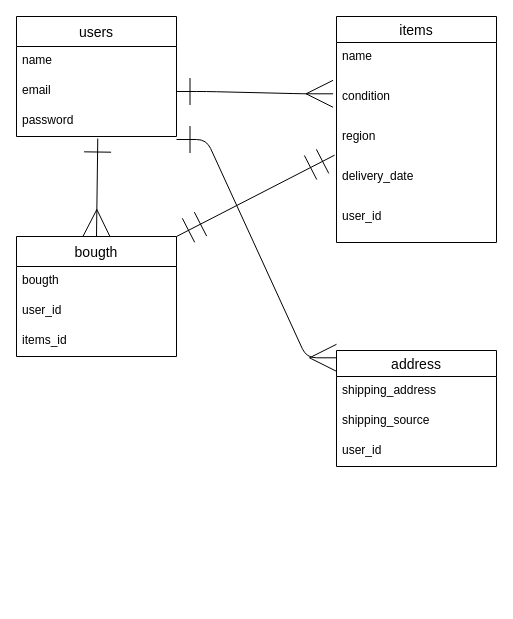
This is db.dio from ts-0105/furima-40122, a draw.io file, before an edit. Source tidied: cells renumbered, new cells numbered last; positions are measured from the earlier drawing's top-left corner, leaving out a move shared by most shapes. Both pictures are drawn from the tidied source at 100%, with x=0, y=0 at pixel (16, 16).
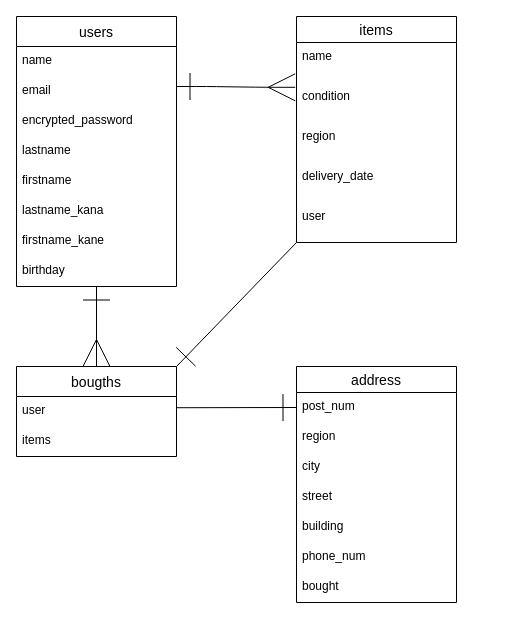
The same page after the edit.

Commit message (it also covers changes not shown here):
各テーブルカラム追加、アソシエーションの見直し

Unchanged cells that the change refers to:
```xml
<mxCell id="4" value="email" style="text;strokeColor=none;fillColor=none;spacingLeft=4;spacingRight=4;overflow=hidden;points=[[0,0.5],[1,0.5]];portConstraint=eastwest;fontSize=12;" parent="2" vertex="1">
  <mxGeometry y="60" width="160" height="30" as="geometry" />
</mxCell>
<mxCell id="8" value="condition" style="text;strokeColor=none;fillColor=none;spacingLeft=4;spacingRight=4;overflow=hidden;points=[[0,0.5],[1,0.5]];portConstraint=eastwest;fontSize=12;" parent="6" vertex="1">
  <mxGeometry y="66" width="160" height="40" as="geometry" />
</mxCell>
<mxCell id="9" value="region" style="text;strokeColor=none;fillColor=none;spacingLeft=4;spacingRight=4;overflow=hidden;points=[[0,0.5],[1,0.5]];portConstraint=eastwest;fontSize=12;" parent="6" vertex="1">
  <mxGeometry y="106" width="160" height="40" as="geometry" />
</mxCell>
```

The edit, as a diff of the source:
```diff
@@
     <mxCell id="2" value="users" style="swimlane;fontStyle=0;horizontal=1;startSize=30;align=center;fontSize=14;" parent="1" vertex="1">
-      <mxGeometry width="160" height="120" as="geometry" />
+      <mxGeometry width="160" height="270" as="geometry" />
     </mxCell>
@@
-    <mxCell id="5" value="password" style="text;strokeColor=none;fillColor=none;spacingLeft=4;spacingRight=4;overflow=hidden;points=[[0,0.5],[1,0.5]];portConstraint=eastwest;fontSize=12;" parent="2" vertex="1">
+    <mxCell id="5" value="encrypted_password" style="text;strokeColor=none;fillColor=none;spacingLeft=4;spacingRight=4;overflow=hidden;points=[[0,0.5],[1,0.5]];portConstraint=eastwest;fontSize=12;" parent="2" vertex="1">
       <mxGeometry y="90" width="160" height="30" as="geometry" />
     </mxCell>
+    <mxCell id="24" value="lastname" style="text;strokeColor=none;fillColor=none;spacingLeft=4;spacingRight=4;overflow=hidden;fontSize=12;" parent="2" vertex="1">
+      <mxGeometry y="120" width="160" height="30" as="geometry" />
+    </mxCell>
+    <mxCell id="25" value="firstname" style="text;strokeColor=none;fillColor=none;spacingLeft=4;spacingRight=4;overflow=hidden;fontSize=12;" parent="2" vertex="1">
+      <mxGeometry y="150" width="160" height="30" as="geometry" />
+    </mxCell>
+    <mxCell id="26" value="lastname_kana" style="text;strokeColor=none;fillColor=none;spacingLeft=4;spacingRight=4;overflow=hidden;fontSize=12;" parent="2" vertex="1">
+      <mxGeometry y="180" width="160" height="30" as="geometry" />
+    </mxCell>
+    <mxCell id="27" value="firstname_kane" style="text;strokeColor=none;fillColor=none;spacingLeft=4;spacingRight=4;overflow=hidden;fontSize=12;" parent="2" vertex="1">
+      <mxGeometry y="210" width="160" height="30" as="geometry" />
+    </mxCell>
+    <mxCell id="28" value="birthday" style="text;strokeColor=none;fillColor=none;spacingLeft=4;spacingRight=4;overflow=hidden;points=[[0,0.5],[1,0.5]];portConstraint=eastwest;fontSize=12;" parent="2" vertex="1">
+      <mxGeometry y="240" width="160" height="30" as="geometry" />
+    </mxCell>
+    <mxCell id="29" style="edgeStyle=none;html=1;exitX=0;exitY=1;exitDx=0;exitDy=0;entryX=1;entryY=0;entryDx=0;entryDy=0;endSize=25;endArrow=ERone;endFill=0;startSize=20;" parent="1" edge="1" source="6" target="12">
+      <mxGeometry relative="1" as="geometry" />
+    </mxCell>
     <mxCell id="6" value="items" style="swimlane;fontStyle=0;horizontal=1;startSize=26;align=center;fontSize=14;" parent="1" vertex="1">
-      <mxGeometry x="320" width="160" height="226" as="geometry" />
+      <mxGeometry x="280" width="160" height="226" as="geometry" />
     </mxCell>
@@
-    <mxCell id="11" value="user_id" style="text;strokeColor=none;fillColor=none;spacingLeft=4;spacingRight=4;overflow=hidden;fontSize=12;" parent="6" vertex="1">
+    <mxCell id="11" value="user" style="text;strokeColor=none;fillColor=none;spacingLeft=4;spacingRight=4;overflow=hidden;fontSize=12;" parent="6" vertex="1">
       <mxGeometry y="186" width="160" height="40" as="geometry" />
     </mxCell>
-    <mxCell id="12" value="bougth" style="swimlane;fontStyle=0;horizontal=1;startSize=30;align=center;fontSize=14;" parent="1" vertex="1">
-      <mxGeometry y="220" width="160" height="120" as="geometry" />
+    <mxCell id="12" value="bougths" style="swimlane;fontStyle=0;horizontal=1;startSize=30;align=center;fontSize=14;" parent="1" vertex="1">
+      <mxGeometry y="350" width="160" height="90" as="geometry" />
     </mxCell>
-    <mxCell id="13" value="bougth" style="text;strokeColor=none;fillColor=none;spacingLeft=4;spacingRight=4;overflow=hidden;fontSize=12;" parent="12" vertex="1">
-      <mxGeometry y="30" width="160" height="30" as="geometry" />
-    </mxCell>
-    <mxCell id="14" value="user_id" style="text;strokeColor=none;fillColor=none;spacingLeft=4;spacingRight=4;overflow=hidden;points=[[0,0.5],[1,0.5]];portConstraint=eastwest;fontSize=12;" parent="12" vertex="1">
-      <mxGeometry y="60" width="160" height="30" as="geometry" />
+    <mxCell id="14" value="user" style="text;strokeColor=none;fillColor=none;spacingLeft=4;spacingRight=4;overflow=hidden;points=[[0,0.5],[1,0.5]];portConstraint=eastwest;fontSize=12;" parent="12" vertex="1">
+      <mxGeometry y="30" width="160" height="30" as="geometry" />
     </mxCell>
-    <mxCell id="15" value="items_id" style="text;strokeColor=none;fillColor=none;spacingLeft=4;spacingRight=4;overflow=hidden;fontSize=12;" parent="12" vertex="1">
-      <mxGeometry y="90" width="160" height="30" as="geometry" />
+    <mxCell id="15" value="items" style="text;strokeColor=none;fillColor=none;spacingLeft=4;spacingRight=4;overflow=hidden;fontSize=12;" parent="12" vertex="1">
+      <mxGeometry y="60" width="160" height="30" as="geometry" />
     </mxCell>
     <mxCell id="16" value="address" style="swimlane;fontStyle=0;horizontal=1;startSize=26;align=center;fontSize=14;" parent="1" vertex="1">
-      <mxGeometry x="320" y="334" width="160" height="116" as="geometry" />
+      <mxGeometry x="280" y="350" width="160" height="236" as="geometry" />
     </mxCell>
-    <mxCell id="17" value="shipping_address" style="text;strokeColor=none;fillColor=none;spacingLeft=4;spacingRight=4;overflow=hidden;points=[[0,0.5],[1,0.5]];portConstraint=eastwest;fontSize=12;" parent="16" vertex="1">
+    <mxCell id="17" value="post_num" style="text;strokeColor=none;fillColor=none;spacingLeft=4;spacingRight=4;overflow=hidden;points=[[0,0.5],[1,0.5]];portConstraint=eastwest;fontSize=12;" parent="16" vertex="1">
       <mxGeometry y="26" width="160" height="30" as="geometry" />
     </mxCell>
-    <mxCell id="18" value="shipping_source" style="text;strokeColor=none;fillColor=none;spacingLeft=4;spacingRight=4;overflow=hidden;fontSize=12;" parent="16" vertex="1">
-      <mxGeometry y="56" width="160" height="30" as="geometry" />
-    </mxCell>
-    <mxCell id="19" value="user_id" style="text;strokeColor=none;fillColor=none;spacingLeft=4;spacingRight=4;overflow=hidden;fontSize=12;" parent="16" vertex="1">
-      <mxGeometry y="86" width="160" height="30" as="geometry" />
+    <mxCell id="19" value="region" style="text;strokeColor=none;fillColor=none;spacingLeft=4;spacingRight=4;overflow=hidden;fontSize=12;" parent="16" vertex="1">
+      <mxGeometry y="56" width="160" height="30" as="geometry" />
     </mxCell>
+    <mxCell id="30" value="city" style="text;strokeColor=none;fillColor=none;spacingLeft=4;spacingRight=4;overflow=hidden;fontSize=12;" parent="16" vertex="1">
+      <mxGeometry y="86" width="160" height="30" as="geometry" />
+    </mxCell>
+    <mxCell id="31" value="street" style="text;strokeColor=none;fillColor=none;spacingLeft=4;spacingRight=4;overflow=hidden;fontSize=12;" parent="16" vertex="1">
+      <mxGeometry y="116" width="160" height="30" as="geometry" />
+    </mxCell>
+    <mxCell id="32" value="building" style="text;strokeColor=none;fillColor=none;spacingLeft=4;spacingRight=4;overflow=hidden;fontSize=12;" parent="16" vertex="1">
+      <mxGeometry y="146" width="160" height="30" as="geometry" />
+    </mxCell>
+    <mxCell id="33" value="phone_num" style="text;strokeColor=none;fillColor=none;spacingLeft=4;spacingRight=4;overflow=hidden;fontSize=12;" parent="16" vertex="1">
+      <mxGeometry y="176" width="160" height="30" as="geometry" />
+    </mxCell>
+    <mxCell id="34" value="bought" style="text;strokeColor=none;fillColor=none;spacingLeft=4;spacingRight=4;overflow=hidden;fontSize=12;" parent="16" vertex="1">
+      <mxGeometry y="206" width="160" height="30" as="geometry" />
+    </mxCell>
-    <mxCell id="20" style="edgeStyle=entityRelationEdgeStyle;fontSize=12;html=1;endArrow=ERmany;strokeColor=default;exitX=1;exitY=0.5;exitDx=0;exitDy=0;strokeWidth=1;targetPerimeterSpacing=0;startSize=25;endSize=25;startArrow=ERone;startFill=0;entryX=-0.021;entryY=0.283;entryDx=0;entryDy=0;entryPerimeter=0;" parent="1" edge="1" source="4">
+    <mxCell id="20" style="edgeStyle=entityRelationEdgeStyle;fontSize=12;html=1;endArrow=ERmany;strokeColor=default;strokeWidth=1;targetPerimeterSpacing=0;startSize=25;endSize=25;startArrow=ERone;startFill=0;entryX=-0.008;entryY=0.12;entryDx=0;entryDy=0;entryPerimeter=0;" parent="1" edge="1" target="8">
       <mxGeometry relative="1" as="geometry">
-        <mxPoint x="316.6" y="77.3" as="targetPoint" />
+        <mxPoint x="160" y="70" as="sourcePoint" />
       </mxGeometry>
     </mxCell>
-    <mxCell id="21" style="fontSize=12;html=1;endArrow=ERmany;strokeColor=default;exitX=0.508;exitY=1.067;exitDx=0;exitDy=0;strokeWidth=1;targetPerimeterSpacing=0;startSize=25;endSize=25;startArrow=ERone;startFill=0;exitPerimeter=0;entryX=0.5;entryY=0;entryDx=0;entryDy=0;" parent="1" edge="1" source="5" target="12">
+    <mxCell id="21" style="fontSize=12;html=1;endArrow=ERmany;strokeColor=default;strokeWidth=1;targetPerimeterSpacing=0;startSize=25;endSize=25;startArrow=ERone;startFill=0;entryX=0.5;entryY=0;entryDx=0;entryDy=0;" parent="1" edge="1" source="28" target="12">
       <mxGeometry relative="1" as="geometry" />
     </mxCell>
-    <mxCell id="22" style="fontSize=12;html=1;endArrow=ERmandOne;startArrow=ERmandOne;strokeColor=default;strokeWidth=1;startSize=25;endSize=25;sourcePerimeterSpacing=9;targetPerimeterSpacing=10;jumpStyle=arc;exitX=1;exitY=0;exitDx=0;exitDy=0;entryX=-0.012;entryY=0.817;entryDx=0;entryDy=0;entryPerimeter=0;" parent="1" edge="1" source="12" target="9">
-      <mxGeometry relative="1" as="geometry" />
-    </mxCell>
-    <mxCell id="23" style="edgeStyle=entityRelationEdgeStyle;fontSize=12;html=1;endArrow=ERmany;strokeColor=default;strokeWidth=1;targetPerimeterSpacing=0;startSize=25;endSize=25;startArrow=ERone;startFill=0;entryX=0;entryY=0.063;entryDx=0;entryDy=0;entryPerimeter=0;" parent="1" edge="1" target="16">
-      <mxGeometry relative="1" as="geometry">
-        <mxPoint x="160" y="123" as="sourcePoint" />
-      </mxGeometry>
-    </mxCell>
+    <mxCell id="35" style="edgeStyle=none;html=1;exitX=1;exitY=0.374;exitDx=0;exitDy=0;entryX=0;entryY=0.5;entryDx=0;entryDy=0;endArrow=ERone;endFill=0;endSize=25;exitPerimeter=0;startSize=4;" parent="1" edge="1" source="14" target="17">
+      <mxGeometry relative="1" as="geometry" />
+    </mxCell>
```
